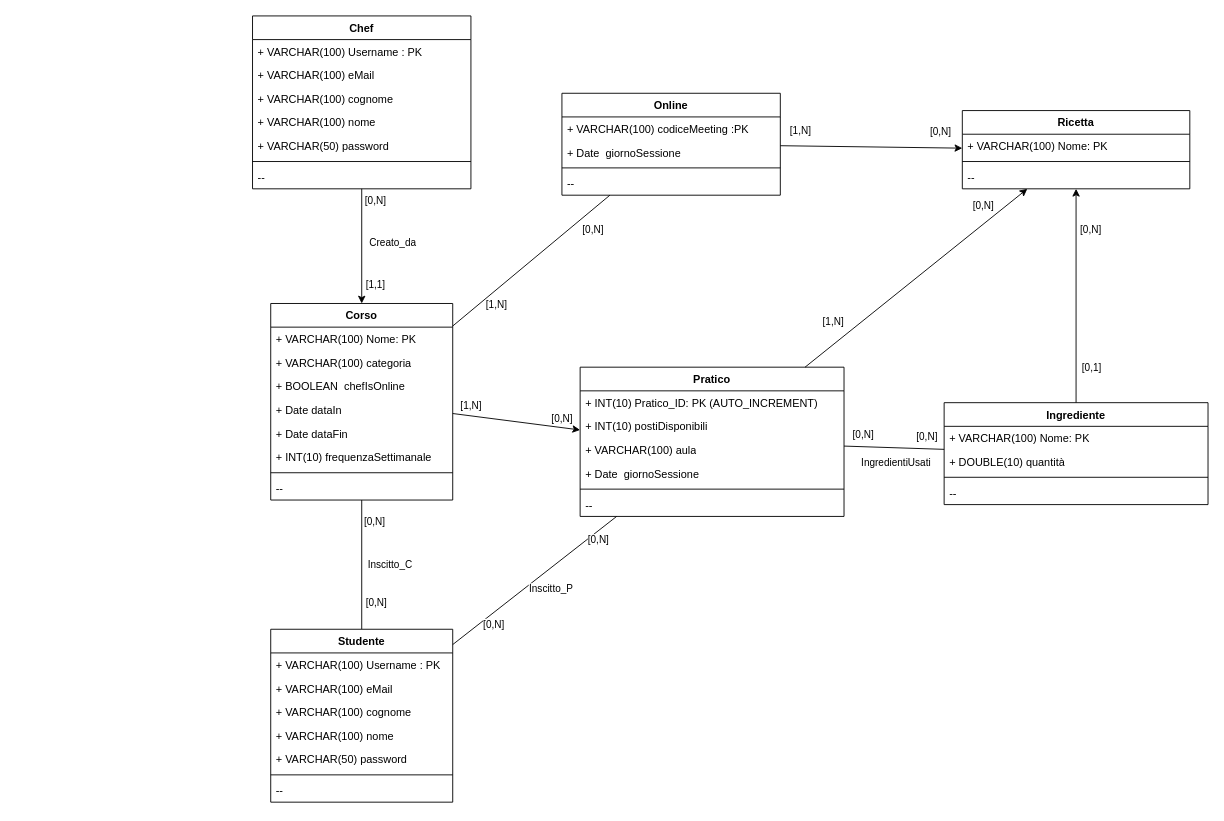
Before: page "umlRistrutturato1" (3 of 5) of bdd/uml/UML1.drawio in MetisWastaken/UninaFoodLab, a draw.io diagram. Source tidied: cells renumbered, new cells numbered last; positions are measured from the earlier drawing's top-left corner, leaving out a move shared by most shapes. Both pictures are drawn from the tidied source at 91%, with x=0, y=0 at pixel (252, 15).
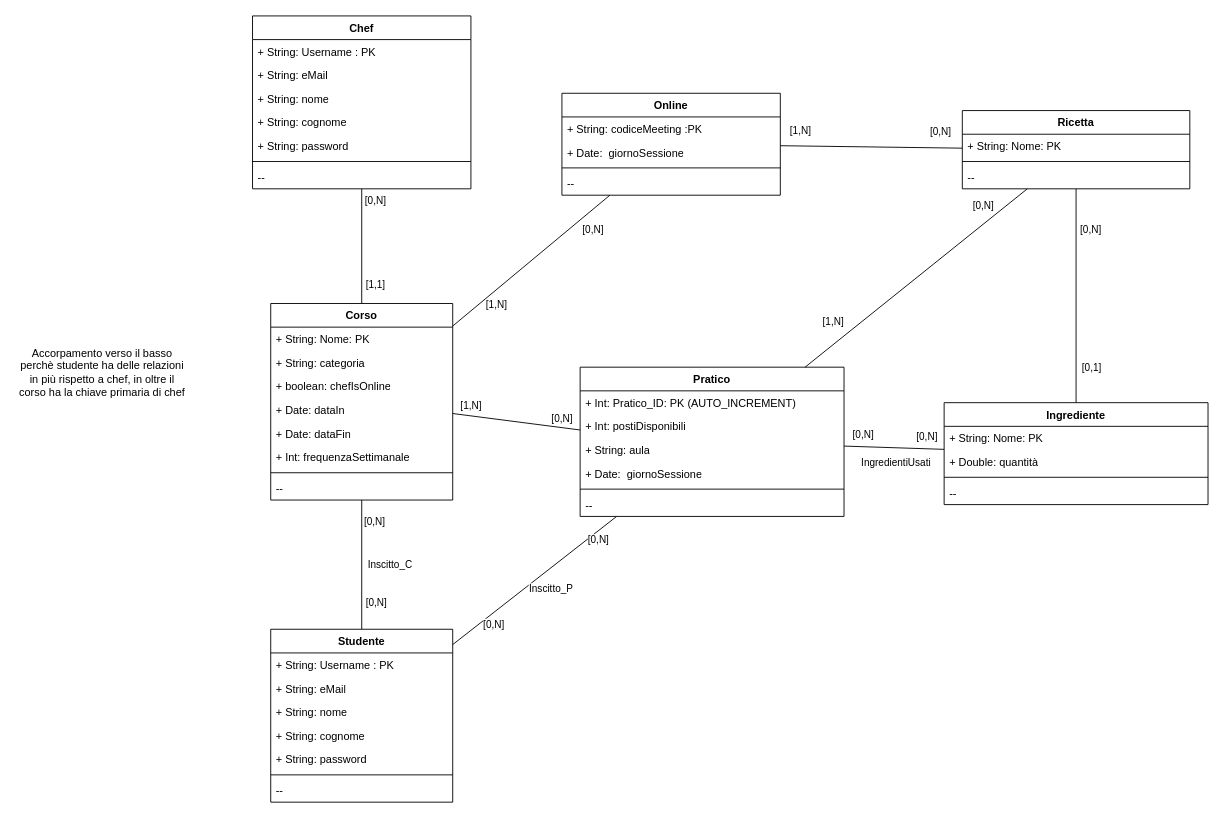
The same page after the edit.

Unchanged cells that the change refers to:
```xml
<mxCell id="6" value="Corso" style="swimlane;align=center;verticalAlign=top;horizontal=1;startSize=26;whiteSpace=wrap;html=1;" parent="1" vertex="1">
  <mxGeometry x="20" y="316" width="200" height="216" as="geometry" />
</mxCell>
<mxCell id="15" value="Chef" style="swimlane;align=center;verticalAlign=top;horizontal=1;startSize=26;whiteSpace=wrap;html=1;" parent="1" vertex="1">
  <mxGeometry width="240" height="190" as="geometry" />
</mxCell>
<mxCell id="23" value="Studente" style="swimlane;align=center;verticalAlign=top;horizontal=1;startSize=26;whiteSpace=wrap;html=1;" parent="1" vertex="1">
  <mxGeometry x="20" y="674" width="200" height="190" as="geometry" />
</mxCell>
<mxCell id="31" value="Ingrediente" style="swimlane;align=center;verticalAlign=top;horizontal=1;startSize=26;whiteSpace=wrap;html=1;" parent="1" vertex="1">
  <mxGeometry x="760" y="425" width="290" height="112" as="geometry" />
</mxCell>
<mxCell id="36" value="Pratico" style="swimlane;align=center;verticalAlign=top;horizontal=1;startSize=26;whiteSpace=wrap;html=1;" parent="1" vertex="1">
  <mxGeometry x="360" y="386" width="290" height="164" as="geometry" />
</mxCell>
<mxCell id="43" value="Ricetta" style="swimlane;align=center;verticalAlign=top;horizontal=1;startSize=26;whiteSpace=wrap;html=1;" parent="1" vertex="1">
  <mxGeometry x="780" y="104" width="250" height="86" as="geometry" />
</mxCell>
<mxCell id="71" value="Online" style="swimlane;align=center;verticalAlign=top;horizontal=1;startSize=26;whiteSpace=wrap;html=1;" parent="1" vertex="1">
  <mxGeometry x="340" y="85" width="240" height="112" as="geometry" />
</mxCell>
```

What changed in the source:
```diff
@@
-    <mxCell id="7" value="+ VARCHAR(100)&amp;nbsp;Nome: PK" style="text;strokeColor=none;fillColor=none;align=left;verticalAlign=top;spacingLeft=4;spacingRight=4;overflow=hidden;whiteSpace=wrap;html=1;" parent="6" vertex="1">
+    <mxCell id="7" value="+ String:&amp;nbsp;Nome: PK" style="text;strokeColor=none;fillColor=none;align=left;verticalAlign=top;spacingLeft=4;spacingRight=4;overflow=hidden;whiteSpace=wrap;html=1;" parent="6" vertex="1">
       <mxGeometry y="26" width="200" height="26" as="geometry" />
     </mxCell>
-    <mxCell id="8" value="+ VARCHAR(100)&amp;nbsp;categoria" style="text;strokeColor=none;fillColor=none;align=left;verticalAlign=top;spacingLeft=4;spacingRight=4;overflow=hidden;whiteSpace=wrap;html=1;" parent="6" vertex="1">
+    <mxCell id="8" value="+ String:&amp;nbsp;categoria" style="text;strokeColor=none;fillColor=none;align=left;verticalAlign=top;spacingLeft=4;spacingRight=4;overflow=hidden;whiteSpace=wrap;html=1;" parent="6" vertex="1">
       <mxGeometry y="52" width="200" height="26" as="geometry" />
     </mxCell>
-    <mxCell id="9" value="+ BOOLEAN&amp;nbsp;&amp;nbsp;chefIsOnline" style="text;strokeColor=none;fillColor=none;align=left;verticalAlign=top;spacingLeft=4;spacingRight=4;overflow=hidden;whiteSpace=wrap;html=1;" parent="6" vertex="1">
+    <mxCell id="9" value="+ boolean: chefIsOnline" style="text;strokeColor=none;fillColor=none;align=left;verticalAlign=top;spacingLeft=4;spacingRight=4;overflow=hidden;whiteSpace=wrap;html=1;" parent="6" vertex="1">
       <mxGeometry y="78" width="200" height="26" as="geometry" />
     </mxCell>
-    <mxCell id="10" value="+ Date&amp;nbsp;dataIn" style="text;strokeColor=none;fillColor=none;align=left;verticalAlign=top;spacingLeft=4;spacingRight=4;overflow=hidden;whiteSpace=wrap;html=1;" parent="6" vertex="1">
+    <mxCell id="10" value="+ Date: dataIn" style="text;strokeColor=none;fillColor=none;align=left;verticalAlign=top;spacingLeft=4;spacingRight=4;overflow=hidden;whiteSpace=wrap;html=1;" parent="6" vertex="1">
       <mxGeometry y="104" width="200" height="26" as="geometry" />
     </mxCell>
-    <mxCell id="11" value="+ Date dataFin" style="text;strokeColor=none;fillColor=none;align=left;verticalAlign=top;spacingLeft=4;spacingRight=4;overflow=hidden;whiteSpace=wrap;html=1;" parent="6" vertex="1">
+    <mxCell id="11" value="+ Date: dataFin" style="text;strokeColor=none;fillColor=none;align=left;verticalAlign=top;spacingLeft=4;spacingRight=4;overflow=hidden;whiteSpace=wrap;html=1;" parent="6" vertex="1">
       <mxGeometry y="130" width="200" height="26" as="geometry" />
     </mxCell>
-    <mxCell id="12" value="+ INT(10) frequenzaSettimanale" style="text;strokeColor=none;fillColor=none;align=left;verticalAlign=top;spacingLeft=4;spacingRight=4;overflow=hidden;whiteSpace=wrap;html=1;" parent="6" vertex="1">
+    <mxCell id="12" value="+ Int: frequenzaSettimanale" style="text;strokeColor=none;fillColor=none;align=left;verticalAlign=top;spacingLeft=4;spacingRight=4;overflow=hidden;whiteSpace=wrap;html=1;" parent="6" vertex="1">
       <mxGeometry y="156" width="200" height="26" as="geometry" />
     </mxCell>
@@
-    <mxCell id="16" value="+ VARCHAR(100) Username : PK" style="text;strokeColor=none;fillColor=none;align=left;verticalAlign=top;spacingLeft=4;spacingRight=4;overflow=hidden;whiteSpace=wrap;html=1;" parent="15" vertex="1">
+    <mxCell id="16" value="+ String: Username : PK" style="text;strokeColor=none;fillColor=none;align=left;verticalAlign=top;spacingLeft=4;spacingRight=4;overflow=hidden;whiteSpace=wrap;html=1;" parent="15" vertex="1">
       <mxGeometry y="26" width="240" height="26" as="geometry" />
     </mxCell>
-    <mxCell id="17" value="+ VARCHAR(100)&amp;nbsp;eMail" style="text;strokeColor=none;fillColor=none;align=left;verticalAlign=top;spacingLeft=4;spacingRight=4;overflow=hidden;whiteSpace=wrap;html=1;" parent="15" vertex="1">
+    <mxCell id="17" value="+ String:&amp;nbsp;eMail" style="text;strokeColor=none;fillColor=none;align=left;verticalAlign=top;spacingLeft=4;spacingRight=4;overflow=hidden;whiteSpace=wrap;html=1;" parent="15" vertex="1">
       <mxGeometry y="52" width="240" height="26" as="geometry" />
     </mxCell>
+    <mxCell id="19" value="+ String:&amp;nbsp;nome" style="text;strokeColor=none;fillColor=none;align=left;verticalAlign=top;spacingLeft=4;spacingRight=4;overflow=hidden;whiteSpace=wrap;html=1;" parent="15" vertex="1">
+      <mxGeometry y="78" width="240" height="26" as="geometry" />
+    </mxCell>
-    <mxCell id="18" value="+ VARCHAR(100)&amp;nbsp;cognome" style="text;strokeColor=none;fillColor=none;align=left;verticalAlign=top;spacingLeft=4;spacingRight=4;overflow=hidden;whiteSpace=wrap;html=1;" parent="15" vertex="1">
-      <mxGeometry y="78" width="240" height="26" as="geometry" />
+    <mxCell id="18" value="+ String:&amp;nbsp;cognome" style="text;strokeColor=none;fillColor=none;align=left;verticalAlign=top;spacingLeft=4;spacingRight=4;overflow=hidden;whiteSpace=wrap;html=1;" parent="15" vertex="1">
+      <mxGeometry y="104" width="240" height="26" as="geometry" />
     </mxCell>
-    <mxCell id="19" value="+ VARCHAR(100)&amp;nbsp;nome" style="text;strokeColor=none;fillColor=none;align=left;verticalAlign=top;spacingLeft=4;spacingRight=4;overflow=hidden;whiteSpace=wrap;html=1;" parent="15" vertex="1">
-      <mxGeometry y="104" width="240" height="26" as="geometry" />
-    </mxCell>
-    <mxCell id="20" value="+ VARCHAR(50)&amp;nbsp;password" style="text;strokeColor=none;fillColor=none;align=left;verticalAlign=top;spacingLeft=4;spacingRight=4;overflow=hidden;whiteSpace=wrap;html=1;" parent="15" vertex="1">
+    <mxCell id="20" value="+ String:&amp;nbsp;password" style="text;strokeColor=none;fillColor=none;align=left;verticalAlign=top;spacingLeft=4;spacingRight=4;overflow=hidden;whiteSpace=wrap;html=1;" parent="15" vertex="1">
       <mxGeometry y="130" width="240" height="26" as="geometry" />
     </mxCell>
@@
-    <mxCell id="24" value="+ VARCHAR(100) Username : PK" style="text;strokeColor=none;fillColor=none;align=left;verticalAlign=top;spacingLeft=4;spacingRight=4;overflow=hidden;whiteSpace=wrap;html=1;" parent="23" vertex="1">
+    <mxCell id="24" value="+ String:&amp;nbsp;Username : PK" style="text;strokeColor=none;fillColor=none;align=left;verticalAlign=top;spacingLeft=4;spacingRight=4;overflow=hidden;whiteSpace=wrap;html=1;" parent="23" vertex="1">
       <mxGeometry y="26" width="200" height="26" as="geometry" />
     </mxCell>
-    <mxCell id="25" value="+ VARCHAR(100)&amp;nbsp;eMail" style="text;strokeColor=none;fillColor=none;align=left;verticalAlign=top;spacingLeft=4;spacingRight=4;overflow=hidden;whiteSpace=wrap;html=1;" parent="23" vertex="1">
+    <mxCell id="25" value="+ String:&amp;nbsp;eMail" style="text;strokeColor=none;fillColor=none;align=left;verticalAlign=top;spacingLeft=4;spacingRight=4;overflow=hidden;whiteSpace=wrap;html=1;" parent="23" vertex="1">
       <mxGeometry y="52" width="200" height="26" as="geometry" />
     </mxCell>
+    <mxCell id="27" value="+ String:&amp;nbsp;nome" style="text;strokeColor=none;fillColor=none;align=left;verticalAlign=top;spacingLeft=4;spacingRight=4;overflow=hidden;whiteSpace=wrap;html=1;" parent="23" vertex="1">
+      <mxGeometry y="78" width="200" height="26" as="geometry" />
+    </mxCell>
-    <mxCell id="26" value="+ VARCHAR(100)&amp;nbsp;cognome" style="text;strokeColor=none;fillColor=none;align=left;verticalAlign=top;spacingLeft=4;spacingRight=4;overflow=hidden;whiteSpace=wrap;html=1;" parent="23" vertex="1">
-      <mxGeometry y="78" width="200" height="26" as="geometry" />
+    <mxCell id="26" value="+ String:&amp;nbsp;cognome" style="text;strokeColor=none;fillColor=none;align=left;verticalAlign=top;spacingLeft=4;spacingRight=4;overflow=hidden;whiteSpace=wrap;html=1;" parent="23" vertex="1">
+      <mxGeometry y="104" width="200" height="26" as="geometry" />
     </mxCell>
-    <mxCell id="27" value="+ VARCHAR(100)&amp;nbsp;nome" style="text;strokeColor=none;fillColor=none;align=left;verticalAlign=top;spacingLeft=4;spacingRight=4;overflow=hidden;whiteSpace=wrap;html=1;" parent="23" vertex="1">
-      <mxGeometry y="104" width="200" height="26" as="geometry" />
-    </mxCell>
-    <mxCell id="28" value="+ VARCHAR(50)&amp;nbsp;password" style="text;strokeColor=none;fillColor=none;align=left;verticalAlign=top;spacingLeft=4;spacingRight=4;overflow=hidden;whiteSpace=wrap;html=1;" parent="23" vertex="1">
+    <mxCell id="28" value="+ String:&amp;nbsp;password" style="text;strokeColor=none;fillColor=none;align=left;verticalAlign=top;spacingLeft=4;spacingRight=4;overflow=hidden;whiteSpace=wrap;html=1;" parent="23" vertex="1">
       <mxGeometry y="130" width="200" height="26" as="geometry" />
     </mxCell>
@@
-    <mxCell id="32" value="+ VARCHAR(100)&amp;nbsp;Nome: PK" style="text;strokeColor=none;fillColor=none;align=left;verticalAlign=top;spacingLeft=4;spacingRight=4;overflow=hidden;whiteSpace=wrap;html=1;" parent="31" vertex="1">
+    <mxCell id="32" value="+ String:&amp;nbsp;Nome: PK" style="text;strokeColor=none;fillColor=none;align=left;verticalAlign=top;spacingLeft=4;spacingRight=4;overflow=hidden;whiteSpace=wrap;html=1;" parent="31" vertex="1">
       <mxGeometry y="26" width="290" height="26" as="geometry" />
     </mxCell>
-    <mxCell id="33" value="+ DOUBLE(10) quantità" style="text;strokeColor=none;fillColor=none;align=left;verticalAlign=top;spacingLeft=4;spacingRight=4;overflow=hidden;whiteSpace=wrap;html=1;" parent="31" vertex="1">
+    <mxCell id="33" value="+ Double: quantità" style="text;strokeColor=none;fillColor=none;align=left;verticalAlign=top;spacingLeft=4;spacingRight=4;overflow=hidden;whiteSpace=wrap;html=1;" parent="31" vertex="1">
       <mxGeometry y="52" width="290" height="26" as="geometry" />
     </mxCell>
@@
-    <mxCell id="37" value="+ INT(10) Pratico_ID: PK (AUTO_INCREMENT)" style="text;strokeColor=none;fillColor=none;align=left;verticalAlign=top;spacingLeft=4;spacingRight=4;overflow=hidden;whiteSpace=wrap;html=1;" parent="36" vertex="1">
+    <mxCell id="37" value="+ Int: Pratico_ID: PK (AUTO_INCREMENT)" style="text;strokeColor=none;fillColor=none;align=left;verticalAlign=top;spacingLeft=4;spacingRight=4;overflow=hidden;whiteSpace=wrap;html=1;" parent="36" vertex="1">
       <mxGeometry y="26" width="290" height="26" as="geometry" />
     </mxCell>
-    <mxCell id="38" value="+ INT(10)&amp;nbsp;postiDisponibili" style="text;strokeColor=none;fillColor=none;align=left;verticalAlign=top;spacingLeft=4;spacingRight=4;overflow=hidden;whiteSpace=wrap;html=1;" parent="36" vertex="1">
+    <mxCell id="38" value="+ Int: postiDisponibili" style="text;strokeColor=none;fillColor=none;align=left;verticalAlign=top;spacingLeft=4;spacingRight=4;overflow=hidden;whiteSpace=wrap;html=1;" parent="36" vertex="1">
       <mxGeometry y="52" width="290" height="26" as="geometry" />
     </mxCell>
-    <mxCell id="39" value="+ VARCHAR(100)&amp;nbsp;aula" style="text;strokeColor=none;fillColor=none;align=left;verticalAlign=top;spacingLeft=4;spacingRight=4;overflow=hidden;whiteSpace=wrap;html=1;" parent="36" vertex="1">
+    <mxCell id="39" value="+ String:&amp;nbsp;aula" style="text;strokeColor=none;fillColor=none;align=left;verticalAlign=top;spacingLeft=4;spacingRight=4;overflow=hidden;whiteSpace=wrap;html=1;" parent="36" vertex="1">
       <mxGeometry y="78" width="290" height="26" as="geometry" />
     </mxCell>
-    <mxCell id="40" value="+ Date&amp;nbsp;&amp;nbsp;giornoSessione" style="text;strokeColor=none;fillColor=none;align=left;verticalAlign=top;spacingLeft=4;spacingRight=4;overflow=hidden;whiteSpace=wrap;html=1;" parent="36" vertex="1">
+    <mxCell id="40" value="+ Date:&amp;nbsp; giornoSessione" style="text;strokeColor=none;fillColor=none;align=left;verticalAlign=top;spacingLeft=4;spacingRight=4;overflow=hidden;whiteSpace=wrap;html=1;" parent="36" vertex="1">
       <mxGeometry y="104" width="290" height="26" as="geometry" />
     </mxCell>
@@
-    <mxCell id="44" value="+ VARCHAR(100)&amp;nbsp;Nome: PK" style="text;strokeColor=none;fillColor=none;align=left;verticalAlign=top;spacingLeft=4;spacingRight=4;overflow=hidden;whiteSpace=wrap;html=1;" parent="43" vertex="1">
+    <mxCell id="44" value="+ String:&amp;nbsp;Nome: PK" style="text;strokeColor=none;fillColor=none;align=left;verticalAlign=top;spacingLeft=4;spacingRight=4;overflow=hidden;whiteSpace=wrap;html=1;" parent="43" vertex="1">
       <mxGeometry y="26" width="250" height="26" as="geometry" />
     </mxCell>
@@
-    <mxCell id="50" style="edgeStyle=none;shape=connector;rounded=0;jettySize=auto;html=1;strokeColor=default;strokeWidth=1;align=center;verticalAlign=middle;endArrow=none;endFill=0;endSize=6;startArrow=classic;startFill=1;" parent="1" edge="1" source="6" target="15">
+    <mxCell id="50" style="edgeStyle=none;rounded=0;jettySize=auto;html=1;strokeColor=default;strokeWidth=1;align=center;verticalAlign=middle;endArrow=none;endFill=0;startArrow=none;startFill=0;" parent="1" edge="1" source="6" target="15">
       <mxGeometry relative="1" as="geometry" />
     </mxCell>
-    <mxCell id="51" value="Creato_da" style="edgeLabel;html=1;align=center;verticalAlign=middle;" parent="50" vertex="1">
-      <mxGeometry x="-0.14" y="-2" relative="1" as="geometry">
-        <mxPoint x="31" y="-14" as="offset" />
-      </mxGeometry>
-    </mxCell>
@@
-    <mxCell id="54" style="edgeStyle=none;shape=connector;rounded=0;jettySize=auto;html=1;strokeColor=default;strokeWidth=1;align=center;verticalAlign=middle;endArrow=classic;endFill=1;endSize=6;startArrow=none;startFill=0;" parent="1" edge="1" source="31">
+    <mxCell id="54" style="edgeStyle=none;shape=connector;rounded=0;jettySize=auto;html=1;strokeColor=default;strokeWidth=1;align=center;verticalAlign=middle;endArrow=none;endFill=0;endSize=6;startArrow=none;startFill=0;" parent="1" edge="1" source="31">
       <mxGeometry relative="1" as="geometry">
         <mxPoint x="905" y="190" as="targetPoint" />
       </mxGeometry>
     </mxCell>
@@
-    <mxCell id="61" style="edgeStyle=none;shape=connector;rounded=0;jettySize=auto;html=1;strokeColor=default;strokeWidth=1;align=center;verticalAlign=middle;endArrow=classic;endFill=1;endSize=6;" parent="1" edge="1" source="71" target="43">
+    <mxCell id="61" style="edgeStyle=none;shape=connector;rounded=0;jettySize=auto;html=1;strokeColor=default;strokeWidth=1;align=center;verticalAlign=middle;endArrow=none;endFill=0;endSize=6;" parent="1" edge="1" source="71" target="43">
       <mxGeometry relative="1" as="geometry" />
     </mxCell>
@@
-    <mxCell id="64" style="edgeStyle=none;shape=connector;rounded=0;jettySize=auto;html=1;strokeColor=default;strokeWidth=1;align=center;verticalAlign=middle;endArrow=none;endFill=0;endSize=6;startArrow=classic;startFill=1;" parent="1" edge="1" target="6">
+    <mxCell id="64" style="edgeStyle=none;shape=connector;rounded=0;jettySize=auto;html=1;strokeColor=default;strokeWidth=1;align=center;verticalAlign=middle;endArrow=none;endFill=0;endSize=6;startArrow=none;startFill=0;" parent="1" edge="1" target="6">
       <mxGeometry relative="1" as="geometry">
         <mxPoint x="360" y="455" as="sourcePoint" />
       </mxGeometry>
     </mxCell>
@@
-    <mxCell id="72" value="+ VARCHAR(100)&amp;nbsp;codiceMeeting :PK" style="text;strokeColor=none;fillColor=none;align=left;verticalAlign=top;spacingLeft=4;spacingRight=4;overflow=hidden;whiteSpace=wrap;html=1;" parent="71" vertex="1">
+    <mxCell id="72" value="+ String:&amp;nbsp;codiceMeeting :PK" style="text;strokeColor=none;fillColor=none;align=left;verticalAlign=top;spacingLeft=4;spacingRight=4;overflow=hidden;whiteSpace=wrap;html=1;" parent="71" vertex="1">
       <mxGeometry y="26" width="240" height="26" as="geometry" />
     </mxCell>
-    <mxCell id="73" value="+ Date&amp;nbsp;&amp;nbsp;giornoSessione" style="text;strokeColor=none;fillColor=none;align=left;verticalAlign=top;spacingLeft=4;spacingRight=4;overflow=hidden;whiteSpace=wrap;html=1;" parent="71" vertex="1">
+    <mxCell id="73" value="+ Date:&amp;nbsp; giornoSessione" style="text;strokeColor=none;fillColor=none;align=left;verticalAlign=top;spacingLeft=4;spacingRight=4;overflow=hidden;whiteSpace=wrap;html=1;" parent="71" vertex="1">
       <mxGeometry y="52" width="240" height="26" as="geometry" />
     </mxCell>
@@
-    <mxCell id="76" style="edgeStyle=none;shape=connector;rounded=0;jettySize=auto;html=1;strokeColor=default;strokeWidth=1;align=center;verticalAlign=middle;endArrow=classic;endFill=1;endSize=6;" parent="1" edge="1" source="36" target="43">
+    <mxCell id="76" style="edgeStyle=none;shape=connector;rounded=0;jettySize=auto;html=1;strokeColor=default;strokeWidth=1;align=center;verticalAlign=middle;endArrow=none;endFill=0;endSize=6;" parent="1" edge="1" source="36" target="43">
       <mxGeometry relative="1" as="geometry" />
     </mxCell>
@@
+    <mxCell id="79" value="Accorpamento verso il basso&lt;div&gt;perchè studente ha delle relazioni in più rispetto a chef, in oltre il corso ha la chiave primaria di chef&lt;/div&gt;" style="text;html=1;whiteSpace=wrap;strokeColor=none;fillColor=none;align=center;verticalAlign=middle;rounded=0;" parent="1" vertex="1">
+      <mxGeometry x="-260" y="342" width="190" height="100" as="geometry" />
+    </mxCell>
```
